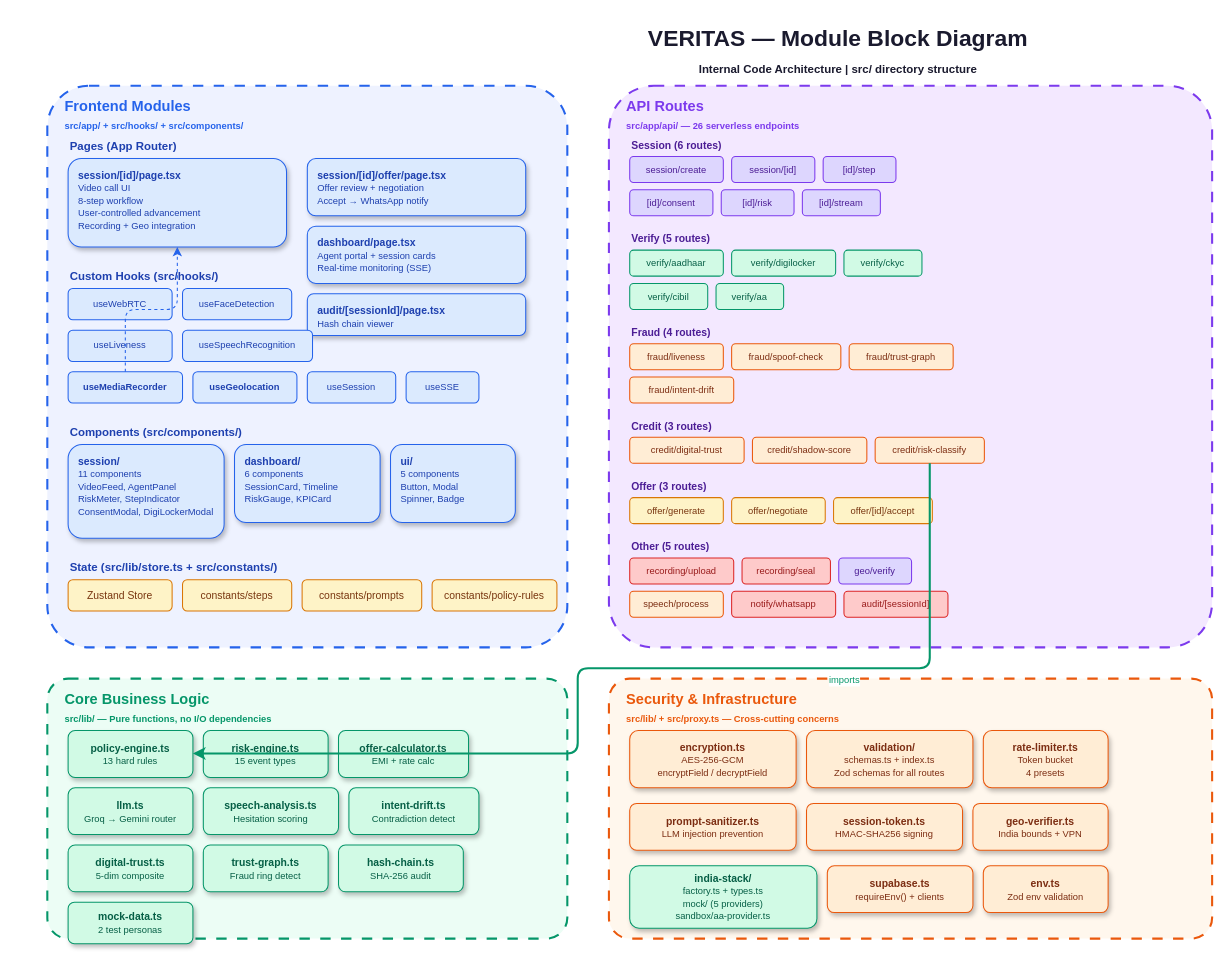
Above: docs/block-diagram.drawio in ayushmgarg/Veritas-Poonawalla-Fincorp (draw.io), before the change. Source tidied: cells renumbered, new cells numbered last; positions are measured from the earlier drawing's top-left corner, leaving out a move shared by most shapes. Both pictures are drawn from the tidied source at 104%, with x=0, y=0 at pixel (47, 18).
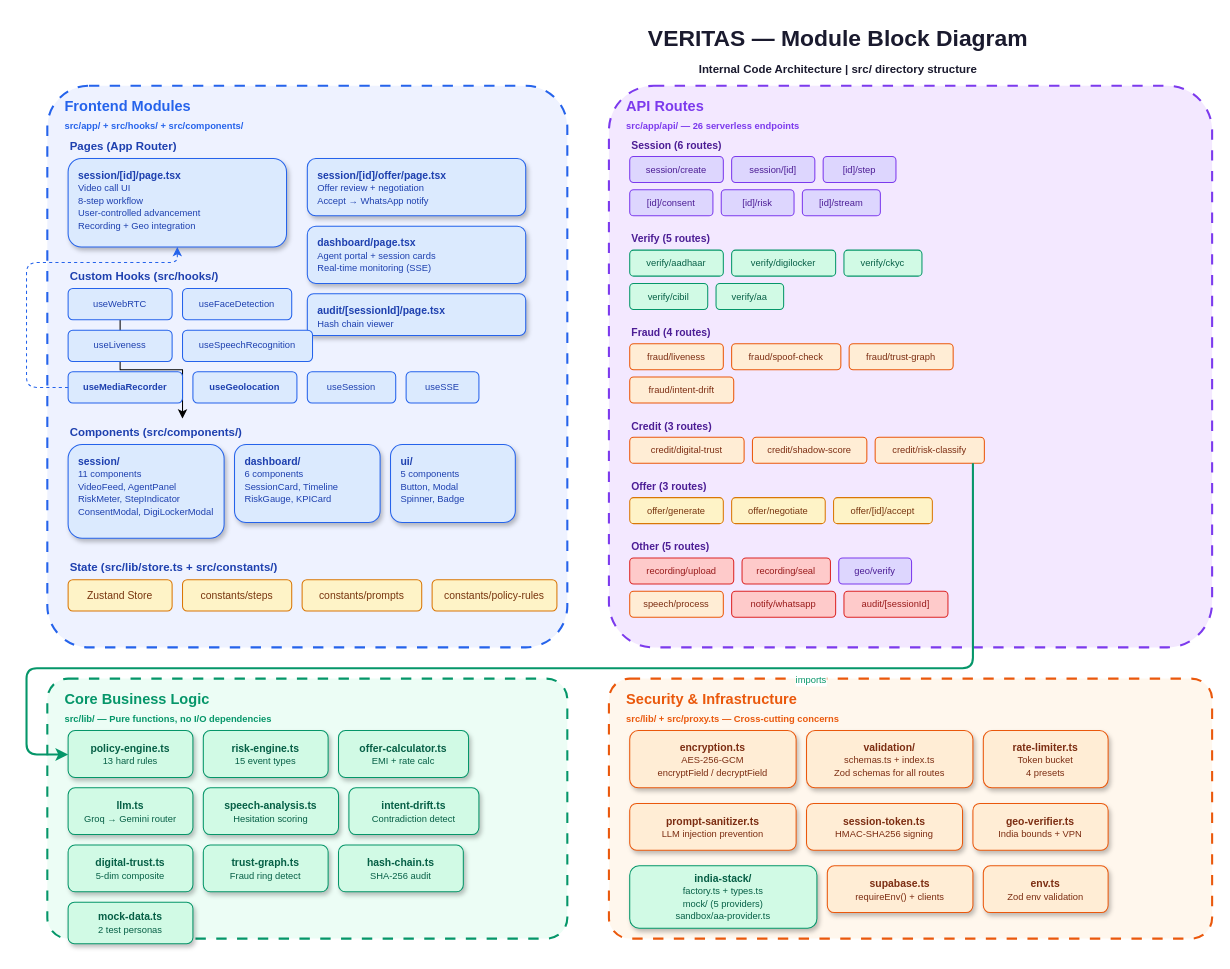
The same page after the edit.

Unchanged cells that the change refers to:
```xml
<mxCell id="6" value="&lt;b&gt;session/[id]/page.tsx&lt;/b&gt;&lt;br&gt;&lt;font style=&quot;font-size:9px&quot;&gt;Video call UI&lt;br&gt;8-step workflow&lt;br&gt;User-controlled advancement&lt;br&gt;Recording + Geo integration&lt;/font&gt;" style="rounded=1;whiteSpace=wrap;html=1;fillColor=#DBEAFE;strokeColor=#2563EB;fontSize=10;fontColor=#1E40AF;shadow=1;align=left;spacingLeft=8;verticalAlign=top;spacingTop=4;" parent="1" vertex="1">
  <mxGeometry x="20" y="135" width="210" height="85" as="geometry" />
</mxCell>
<mxCell id="11" value="useWebRTC" style="rounded=1;whiteSpace=wrap;html=1;fillColor=#DBEAFE;strokeColor=#2563EB;fontSize=9;fontColor=#1E40AF;" parent="1" vertex="1">
  <mxGeometry x="20" y="260" width="100" height="30" as="geometry" />
</mxCell>
<mxCell id="15" value="&lt;b&gt;useMediaRecorder&lt;/b&gt;" style="rounded=1;whiteSpace=wrap;html=1;fillColor=#DBEAFE;strokeColor=#2563EB;fontSize=9;fontColor=#1E40AF;fontStyle=1;" parent="1" vertex="1">
  <mxGeometry x="20" y="340" width="110" height="30" as="geometry" />
</mxCell>
<mxCell id="19" value="&lt;b&gt;Components (src/components/)&lt;/b&gt;" style="text;html=1;fontSize=11;fontStyle=1;align=left;fillColor=none;strokeColor=none;fontColor=#1E40AF;" parent="1" vertex="1">
  <mxGeometry x="20" y="385" width="250" height="20" as="geometry" />
</mxCell>
<mxCell id="51" value="credit/risk-classify" style="rounded=1;whiteSpace=wrap;html=1;fillColor=#FFEDD5;strokeColor=#EA580C;fontSize=9;fontColor=#7C2D12;" parent="1" vertex="1">
  <mxGeometry x="796" y="403" width="105" height="25" as="geometry" />
</mxCell>
<mxCell id="65" value="&lt;b&gt;policy-engine.ts&lt;/b&gt;&lt;br&gt;&lt;font style=&quot;font-size:9px&quot;&gt;13 hard rules&lt;/font&gt;" style="rounded=1;whiteSpace=wrap;html=1;fillColor=#D1FAE5;strokeColor=#059669;fontSize=10;fontColor=#065F46;shadow=1;" parent="1" vertex="1">
  <mxGeometry x="20" y="685" width="120" height="45" as="geometry" />
</mxCell>
```

Change to the diagram source:
```diff
@@
+    <mxCell id="89" style="edgeStyle=orthogonalEdgeStyle;rounded=0;jettySize=auto;html=1;" parent="1" edge="1" source="11" target="19">
+      <mxGeometry relative="1" as="geometry">
+        <Array as="points">
+          <mxPoint x="70" y="338" />
+          <mxPoint x="130" y="338" />
+        </Array>
+      </mxGeometry>
+    </mxCell>
@@
     <mxCell id="86" style="edgeStyle=orthogonalEdgeStyle;rounded=1;strokeColor=#2563EB;strokeWidth=1;dashed=1;" parent="1" edge="1" source="15" target="6">
-      <mxGeometry relative="1" as="geometry" />
+      <mxGeometry relative="1" as="geometry">
+        <Array as="points">
+          <mxPoint x="-20" y="355" />
+          <mxPoint x="-20" y="235" />
+          <mxPoint x="125" y="235" />
+        </Array>
+      </mxGeometry>
     </mxCell>
     <mxCell id="87" style="edgeStyle=orthogonalEdgeStyle;rounded=1;strokeColor=#059669;strokeWidth=2;fontColor=#059669;fontSize=9;" parent="1" edge="1" source="51" target="65">
       <mxGeometry relative="1" as="geometry">
         <Array as="points">
-          <mxPoint x="848" y="625" />
-          <mxPoint x="510" y="625" />
-          <mxPoint x="510" y="707" />
+          <mxPoint x="890" y="625" />
+          <mxPoint x="-20" y="625" />
+          <mxPoint x="-20" y="708" />
         </Array>
       </mxGeometry>
     </mxCell>
```
